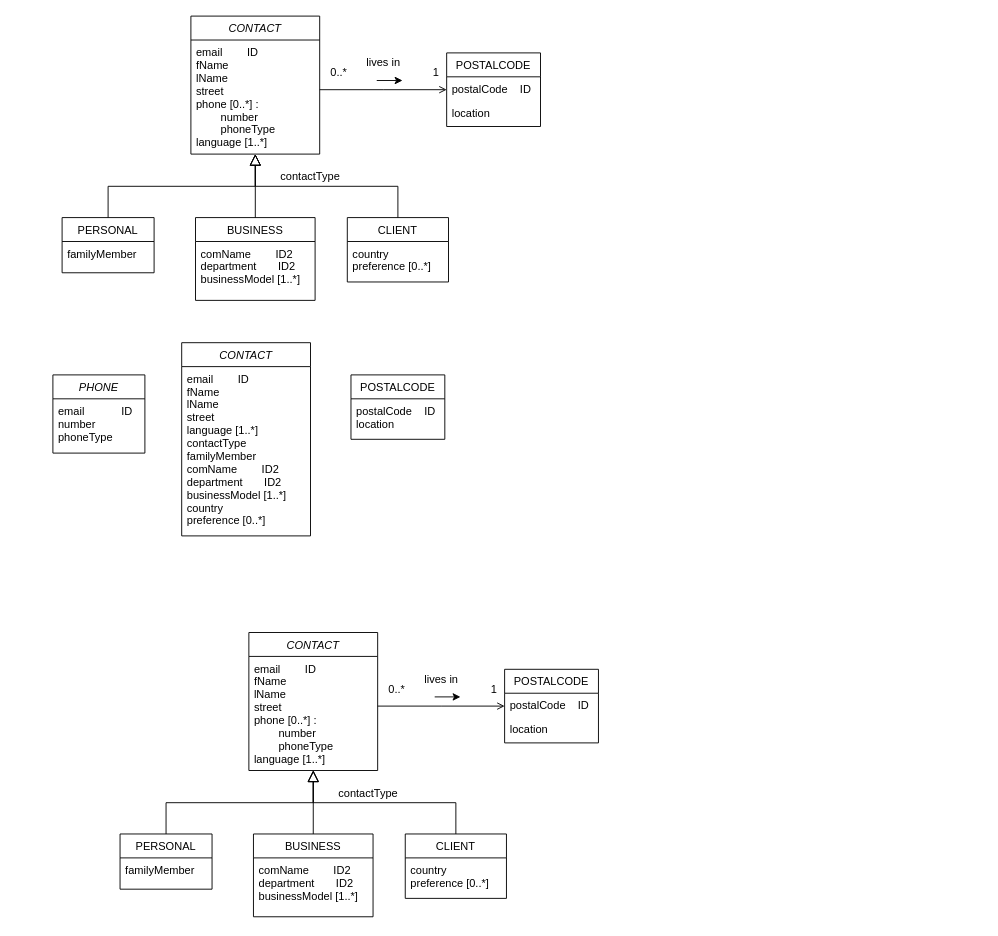
This is Untitled Diagram.drawio from Levaote/chart, a draw.io file, before an edit. Source tidied: cells renumbered, new cells numbered last; positions are measured from the earlier drawing's top-left corner, leaving out a move shared by most shapes. Both pictures are drawn from the tidied source at 92%, with x=0, y=0 at pixel (52, 16).
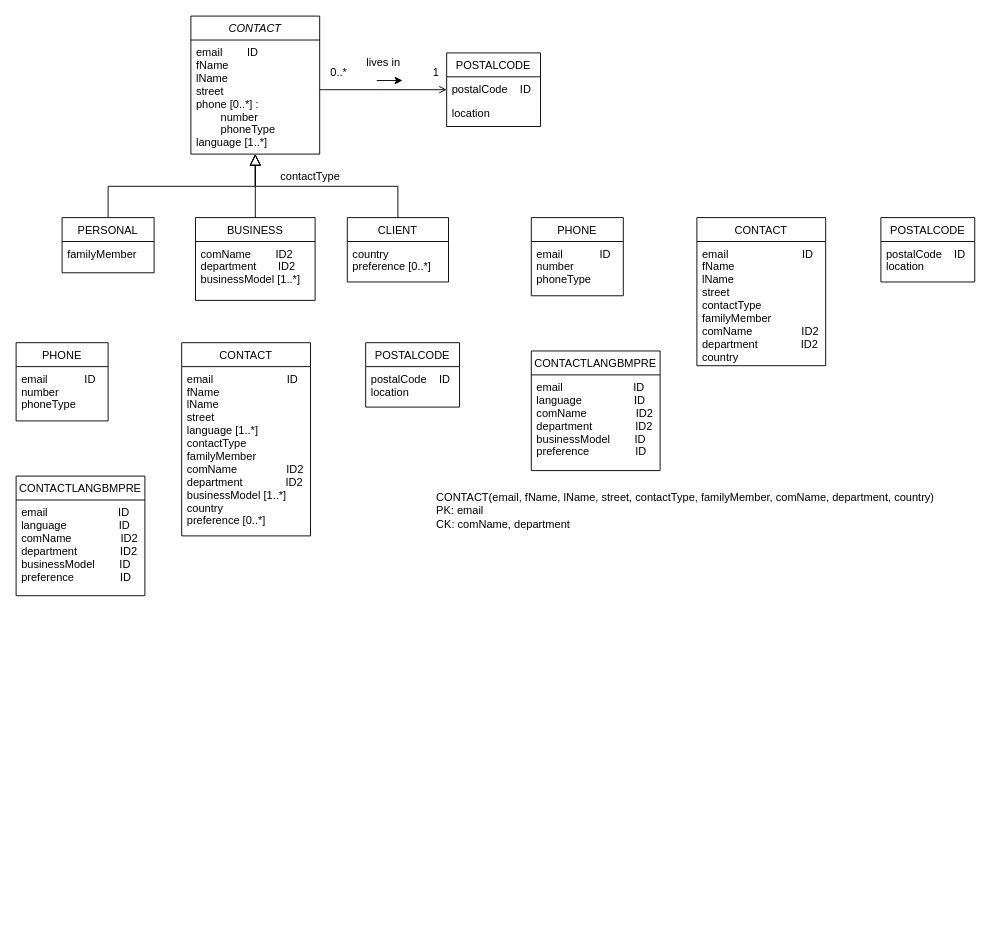
The same page after the edit.

The edit, as a diff of the source:
```diff
@@
-    <mxCell id="21" value="CONTACT" style="swimlane;fontStyle=2;align=center;verticalAlign=top;horizontal=1;startSize=26;rounded=0;shadow=0;strokeWidth=1;" parent="1" vertex="1">
+    <mxCell id="21" value="CONTACT" style="swimlane;fontStyle=0;align=center;verticalAlign=top;horizontal=1;startSize=26;rounded=0;shadow=0;strokeWidth=1;" parent="1" vertex="1">
       <mxGeometry x="140" y="355" width="140" height="210" as="geometry" />
     </mxCell>
-    <mxCell id="22" value="email        ID&#10;fName&#10;lName&#10;street&#10;language [1..*]&#10;contactType&#10;familyMember&#10;comName        ID2&#10;department       ID2&#10;businessModel [1..*]&#10;country&#10;preference [0..*]" style="text;align=left;verticalAlign=top;spacingLeft=4;spacingRight=4;overflow=hidden;" parent="21" vertex="1">
+    <mxCell id="22" value="email                        ID&#10;fName&#10;lName&#10;street&#10;language [1..*]&#10;contactType&#10;familyMember&#10;comName                ID2&#10;department              ID2&#10;businessModel [1..*]&#10;country&#10;preference [0..*]" style="text;align=left;verticalAlign=top;spacingLeft=4;spacingRight=4;overflow=hidden;" parent="21" vertex="1">
       <mxGeometry y="26" width="140" height="184" as="geometry" />
     </mxCell>
-    <mxCell id="23" value="PHONE" style="swimlane;fontStyle=2;align=center;verticalAlign=top;horizontal=1;startSize=26;rounded=0;shadow=0;strokeWidth=1;" parent="1" vertex="1">
-      <mxGeometry y="390" width="100" height="85" as="geometry" />
+    <mxCell id="23" value="PHONE" style="swimlane;fontStyle=0;align=center;verticalAlign=top;horizontal=1;startSize=26;rounded=0;shadow=0;strokeWidth=1;" parent="1" vertex="1">
+      <mxGeometry x="-40" y="355" width="100" height="85" as="geometry" />
     </mxCell>
@@
-    <mxCell id="26" value="POSTALCODE" style="swimlane;fontStyle=0;align=center;verticalAlign=top;horizontal=1;startSize=26;rounded=0;shadow=0;strokeWidth=1;" parent="1" vertex="1">
-      <mxGeometry x="324" y="390" width="102" height="70" as="geometry" />
+    <mxCell id="26" value="POSTALCODE" style="swimlane;fontStyle=0;align=center;verticalAlign=top;horizontal=1;startSize=26;rounded=0;shadow=0;strokeWidth=1;labelBackgroundColor=none;" parent="1" vertex="1">
+      <mxGeometry x="340" y="355" width="102" height="70" as="geometry" />
     </mxCell>
@@
+    <mxCell id="48" value="CONTACT(email, fName, lName, street, contactType, familyMember, comName, department, country)&lt;br&gt;PK: email&lt;br&gt;CK: comName, department" style="text;html=1;strokeColor=none;fillColor=none;align=left;verticalAlign=top;whiteSpace=wrap;rounded=0;" parent="1" vertex="1">
+      <mxGeometry x="415" y="510" width="595" height="150" as="geometry" />
+    </mxCell>
+    <mxCell id="49" value="CONTACTLANGBMPRE" style="swimlane;fontStyle=0;align=center;verticalAlign=top;horizontal=1;startSize=26;rounded=0;shadow=0;strokeWidth=1;" parent="1" vertex="1">
+      <mxGeometry x="-40" y="500" width="140" height="130" as="geometry" />
+    </mxCell>
+    <mxCell id="50" value="email                       ID&#10;language                 ID&#10;comName                ID2&#10;department              ID2&#10;businessModel        ID&#10;preference               ID" style="text;align=left;verticalAlign=top;spacingLeft=4;spacingRight=4;overflow=hidden;" parent="49" vertex="1">
+      <mxGeometry y="26" width="140" height="104" as="geometry" />
+    </mxCell>
-    <mxCell id="28" value="CONTACT" style="swimlane;fontStyle=2;align=center;verticalAlign=top;horizontal=1;startSize=26;rounded=0;shadow=0;strokeWidth=1;" parent="1" vertex="1">
-      <mxGeometry x="213" y="670" width="140" height="150" as="geometry" />
+    <mxCell id="28" value="CONTACT" style="swimlane;fontStyle=0;align=center;verticalAlign=top;horizontal=1;startSize=26;rounded=0;shadow=0;strokeWidth=1;" parent="1" vertex="1">
+      <mxGeometry x="700" y="219" width="140" height="161" as="geometry" />
     </mxCell>
-    <mxCell id="29" value="email        ID&#10;fName&#10;lName&#10;street&#10;phone [0..*] :&#10;        number&#10;        phoneType&#10;language [1..*]" style="text;align=left;verticalAlign=top;spacingLeft=4;spacingRight=4;overflow=hidden;points=[[0,0.5],[1,0.5]];portConstraint=eastwest;" parent="28" vertex="1">
-      <mxGeometry y="26" width="140" height="124" as="geometry" />
-    </mxCell>
-    <mxCell id="30" value="BUSINESS" style="swimlane;fontStyle=0;align=center;verticalAlign=top;horizontal=1;startSize=26;rounded=0;shadow=0;strokeWidth=1;" parent="1" vertex="1">
-      <mxGeometry x="218" y="889" width="130" height="90" as="geometry" />
-    </mxCell>
-    <mxCell id="31" value="comName        ID2&#10;department       ID2&#10;businessModel [1..*]&#10;" style="text;align=left;verticalAlign=top;spacingLeft=4;spacingRight=4;overflow=hidden;" parent="30" vertex="1">
-      <mxGeometry y="26" width="130" height="64" as="geometry" />
-    </mxCell>
-    <mxCell id="32" style="endArrow=block;endSize=10;endFill=0;shadow=0;strokeWidth=1;rounded=0;edgeStyle=elbowEdgeStyle;elbow=vertical;" parent="1" edge="1" source="30" target="28">
-      <mxGeometry relative="1" as="geometry" />
-    </mxCell>
-    <mxCell id="33" value="CLIENT" style="swimlane;fontStyle=0;align=center;verticalAlign=top;horizontal=1;startSize=26;rounded=0;shadow=0;strokeWidth=1;" parent="1" vertex="1">
-      <mxGeometry x="383" y="889" width="110" height="70" as="geometry" />
-    </mxCell>
-    <mxCell id="34" value="country&#10;preference [0..*]" style="text;align=left;verticalAlign=top;spacingLeft=4;spacingRight=4;overflow=hidden;" parent="33" vertex="1">
-      <mxGeometry y="26" width="110" height="44" as="geometry" />
-    </mxCell>
-    <mxCell id="35" style="endArrow=block;endSize=10;endFill=0;shadow=0;strokeWidth=1;rounded=0;edgeStyle=elbowEdgeStyle;elbow=vertical;" parent="1" edge="1" source="33" target="28">
-      <mxGeometry relative="1" as="geometry" />
-    </mxCell>
+    <mxCell id="51" value="email                        ID&#10;fName&#10;lName&#10;street&#10;contactType&#10;familyMember&#10;comName                ID2&#10;department              ID2&#10;country" style="text;align=left;verticalAlign=top;spacingLeft=4;spacingRight=4;overflow=hidden;" parent="28" vertex="1">
+      <mxGeometry y="26" width="140" height="134" as="geometry" />
+    </mxCell>
+    <mxCell id="52" value="PHONE" style="swimlane;fontStyle=0;align=center;verticalAlign=top;horizontal=1;startSize=26;rounded=0;shadow=0;strokeWidth=1;" parent="1" vertex="1">
+      <mxGeometry x="520" y="219" width="100" height="85" as="geometry" />
+    </mxCell>
+    <mxCell id="53" value="email            ID&#10;number&#10;phoneType" style="text;align=left;verticalAlign=top;spacingLeft=4;spacingRight=4;overflow=hidden;" parent="52" vertex="1">
+      <mxGeometry y="26" width="100" height="44" as="geometry" />
+    </mxCell>
-    <mxCell id="36" value="POSTALCODE" style="swimlane;fontStyle=0;align=center;verticalAlign=top;horizontal=1;startSize=26;rounded=0;shadow=0;strokeWidth=1;" parent="1" vertex="1">
-      <mxGeometry x="491" y="710" width="102" height="80" as="geometry" />
+    <mxCell id="36" value="POSTALCODE" style="swimlane;fontStyle=0;align=center;verticalAlign=top;horizontal=1;startSize=26;rounded=0;shadow=0;strokeWidth=1;labelBackgroundColor=none;" parent="1" vertex="1">
+      <mxGeometry x="900" y="219" width="102" height="70" as="geometry" />
     </mxCell>
-    <mxCell id="37" value="postalCode    ID" style="text;align=left;verticalAlign=top;spacingLeft=4;spacingRight=4;overflow=hidden;" parent="36" vertex="1">
-      <mxGeometry y="26" width="102" height="26" as="geometry" />
-    </mxCell>
-    <mxCell id="38" value="location" style="text;align=left;verticalAlign=top;spacingLeft=4;spacingRight=4;overflow=hidden;rounded=0;shadow=0;html=0;" parent="36" vertex="1">
-      <mxGeometry y="52" width="102" height="26" as="geometry" />
-    </mxCell>
-    <mxCell id="39" style="endArrow=open;shadow=0;strokeWidth=1;rounded=0;endFill=1;edgeStyle=elbowEdgeStyle;elbow=vertical;" parent="1" edge="1" source="28" target="36">
-      <mxGeometry x="0.5" y="41" relative="1" as="geometry">
-        <mxPoint x="-40" y="32" as="offset" />
-      </mxGeometry>
-    </mxCell>
-    <mxCell id="40" value="0..*" style="align=left;verticalAlign=bottom;labelBackgroundColor=none;fontSize=12;" parent="39" vertex="1">
-      <mxGeometry x="-1" relative="1" as="geometry">
-        <mxPoint x="10" y="-10" as="offset" />
-      </mxGeometry>
-    </mxCell>
-    <mxCell id="41" value="1" style="align=right;verticalAlign=bottom;labelBackgroundColor=none;fontSize=12;" parent="39" vertex="1">
-      <mxGeometry x="1" relative="1" as="geometry">
-        <mxPoint x="-7" y="-10" as="offset" />
-      </mxGeometry>
-    </mxCell>
-    <mxCell id="42" value="lives in" style="text;html=1;align=center;verticalAlign=middle;labelBackgroundColor=none;rounded=0;shadow=0;strokeWidth=1;fontSize=12;" parent="39" vertex="1">
-      <mxGeometry x="0.5" y="49" relative="1" as="geometry">
-        <mxPoint x="-36" y="19" as="offset" />
-      </mxGeometry>
-    </mxCell>
-    <mxCell id="43" style="endArrow=classic;html=1;rounded=0;" parent="1" edge="1">
-      <mxGeometry relative="1" as="geometry">
-        <mxPoint x="415" y="740" as="sourcePoint" />
-        <mxPoint x="443" y="740" as="targetPoint" />
-      </mxGeometry>
-    </mxCell>
-    <mxCell id="44" value="PERSONAL" style="swimlane;fontStyle=0;align=center;verticalAlign=top;horizontal=1;startSize=26;rounded=0;shadow=0;strokeWidth=1;" parent="1" vertex="1">
-      <mxGeometry x="73" y="889" width="100" height="60" as="geometry" />
-    </mxCell>
-    <mxCell id="45" value="familyMember" style="text;align=left;verticalAlign=top;spacingLeft=4;spacingRight=4;overflow=hidden;" parent="44" vertex="1">
-      <mxGeometry y="26" width="100" height="34" as="geometry" />
-    </mxCell>
-    <mxCell id="46" style="endArrow=block;endSize=10;endFill=0;shadow=0;strokeWidth=1;rounded=0;edgeStyle=elbowEdgeStyle;elbow=vertical;" parent="1" edge="1" source="44" target="29">
-      <mxGeometry relative="1" as="geometry" />
-    </mxCell>
-    <mxCell id="47" value="contactType" style="text;html=1;strokeColor=none;fillColor=none;align=center;verticalAlign=middle;whiteSpace=wrap;rounded=0;" parent="1" vertex="1">
-      <mxGeometry x="313" y="830" width="60" height="30" as="geometry" />
-    </mxCell>
+    <mxCell id="54" value="postalCode    ID&#10;location" style="text;align=left;verticalAlign=top;spacingLeft=4;spacingRight=4;overflow=hidden;" parent="36" vertex="1">
+      <mxGeometry y="26" width="102" height="44" as="geometry" />
+    </mxCell>
+    <mxCell id="55" value="CONTACTLANGBMPRE" style="swimlane;fontStyle=0;align=center;verticalAlign=top;horizontal=1;startSize=26;rounded=0;shadow=0;strokeWidth=1;" parent="1" vertex="1">
+      <mxGeometry x="520" y="364" width="140" height="130" as="geometry" />
+    </mxCell>
+    <mxCell id="56" value="email                       ID&#10;language                 ID&#10;comName                ID2&#10;department              ID2&#10;businessModel        ID&#10;preference               ID" style="text;align=left;verticalAlign=top;spacingLeft=4;spacingRight=4;overflow=hidden;fontStyle=0;" parent="55" vertex="1">
+      <mxGeometry y="26" width="140" height="104" as="geometry" />
+    </mxCell>
```
